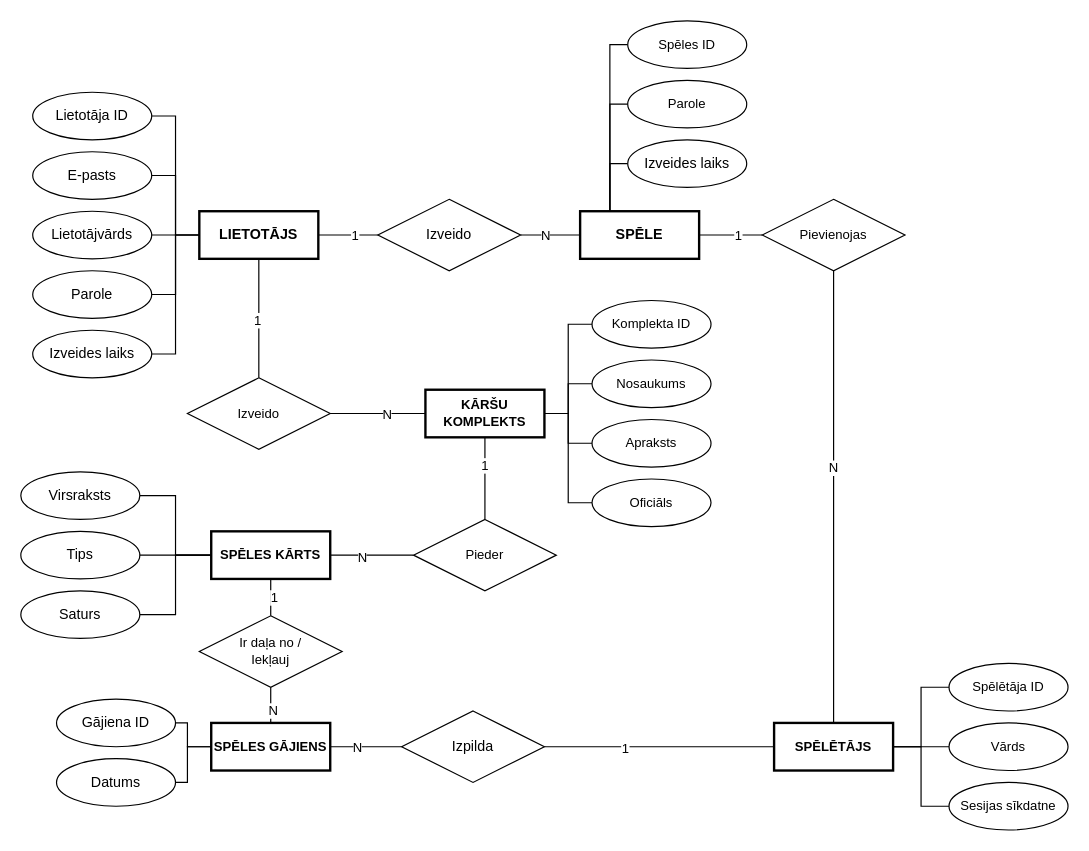
This is dokumentacija/ER.drawio from Edgars-P/RVT-Projekts-CardGame, a draw.io file, before an edit. Source tidied: cells renumbered, new cells numbered last; positions are measured from the earlier drawing's top-left corner, leaving out a move shared by most shapes. Both pictures are drawn from the tidied source at 119%, with x=0, y=0 at pixel (20, 20).
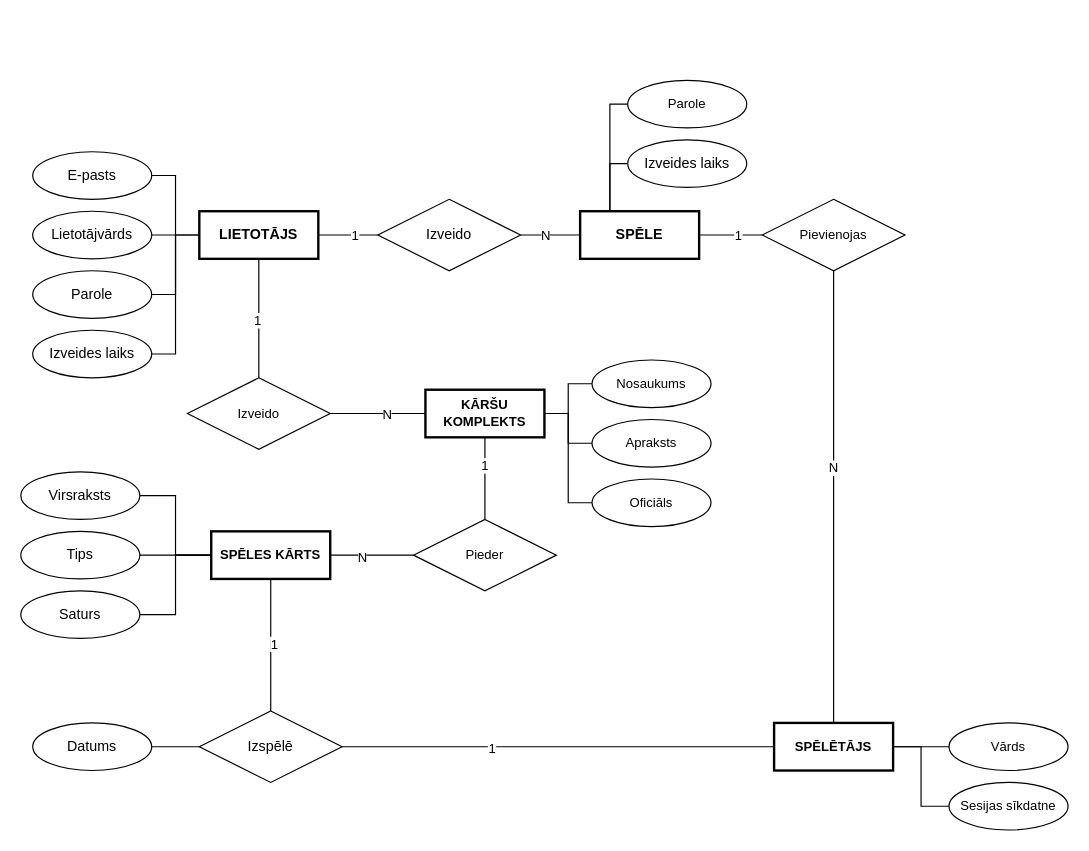
After the change.

The change refers to these unchanged cells:
```xml
<mxCell id="7" value="LIETOTĀJS" style="whiteSpace=wrap;html=1;align=center;fontStyle=1;strokeWidth=2;" parent="1" vertex="1">
  <mxGeometry x="150" y="160" width="100" height="40" as="geometry" />
</mxCell>
<mxCell id="17" value="SPĒLE" style="whiteSpace=wrap;html=1;align=center;fontStyle=1;strokeWidth=2;" parent="1" vertex="1">
  <mxGeometry x="470" y="160" width="100" height="40" as="geometry" />
</mxCell>
<mxCell id="28" value="SPĒLĒTĀJS" style="whiteSpace=wrap;html=1;align=center;fontFamily=Helvetica;fontSize=11;fontColor=default;fontStyle=1;strokeWidth=2;" parent="1" vertex="1">
  <mxGeometry x="633" y="590" width="100" height="40" as="geometry" />
</mxCell>
<mxCell id="37" value="SPĒLES KĀRTS" style="whiteSpace=wrap;html=1;align=center;fontFamily=Helvetica;fontSize=11;fontColor=default;fontStyle=1;strokeWidth=2;" parent="1" vertex="1">
  <mxGeometry x="160" y="429" width="100" height="40" as="geometry" />
</mxCell>
<mxCell id="51" value="KĀRŠU KOMPLEKTS" style="whiteSpace=wrap;html=1;align=center;fontFamily=Helvetica;fontSize=11;fontColor=default;fontStyle=1;strokeWidth=2;" parent="1" vertex="1">
  <mxGeometry x="340" y="310" width="100" height="40" as="geometry" />
</mxCell>
```

Diff of the diagram source:
```diff
@@
-    <mxCell id="4" style="edgeStyle=orthogonalEdgeStyle;shape=connector;rounded=0;jettySize=auto;html=1;entryX=1;entryY=0.5;entryDx=0;entryDy=0;labelBackgroundColor=default;strokeColor=default;align=center;verticalAlign=middle;fontFamily=Helvetica;fontSize=11;fontColor=default;endArrow=none;endFill=0;" parent="1" edge="1" source="7" target="65">
-      <mxGeometry relative="1" as="geometry" />
-    </mxCell>
@@
-    <mxCell id="13" style="edgeStyle=orthogonalEdgeStyle;shape=connector;rounded=0;jettySize=auto;html=1;labelBackgroundColor=default;strokeColor=default;align=center;verticalAlign=middle;fontFamily=Helvetica;fontSize=11;fontColor=default;endArrow=none;endFill=0;exitX=0.25;exitY=0;exitDx=0;exitDy=0;" parent="1" edge="1" source="17" target="55">
-      <mxGeometry relative="1" as="geometry">
-        <Array as="points">
-          <mxPoint x="495" y="20" />
-        </Array>
-      </mxGeometry>
-    </mxCell>
@@
-    <mxCell id="31" style="edgeStyle=orthogonalEdgeStyle;shape=connector;rounded=0;jettySize=auto;html=1;labelBackgroundColor=default;strokeColor=default;align=center;verticalAlign=middle;fontFamily=Helvetica;fontSize=11;fontColor=default;endArrow=none;endFill=0;entryX=1;entryY=0.5;entryDx=0;entryDy=0;" parent="1" edge="1" source="32" target="28">
-      <mxGeometry relative="1" as="geometry" />
-    </mxCell>
-    <mxCell id="32" value="Spēlētāja ID" style="ellipse;whiteSpace=wrap;html=1;align=center;fontFamily=Helvetica;fontSize=11;fontColor=default;" parent="1" vertex="1">
-      <mxGeometry x="780" y="540" width="100" height="40" as="geometry" />
-    </mxCell>
@@
+    <mxCell id="77" style="edgeStyle=orthogonalEdgeStyle;rounded=0;jettySize=auto;html=1;endArrow=none;endFill=0;" parent="1" edge="1" source="38" target="63">
+      <mxGeometry relative="1" as="geometry" />
+    </mxCell>
-    <mxCell id="38" value="Izpilda" style="shape=rhombus;perimeter=rhombusPerimeter;whiteSpace=wrap;html=1;align=center;" parent="1" vertex="1">
-      <mxGeometry x="320" y="580" width="120" height="60" as="geometry" />
+    <mxCell id="38" value="Izspēlē" style="shape=rhombus;perimeter=rhombusPerimeter;whiteSpace=wrap;html=1;align=center;" parent="1" vertex="1">
+      <mxGeometry x="150" y="580" width="120" height="60" as="geometry" />
     </mxCell>
-    <mxCell id="39" style="edgeStyle=orthogonalEdgeStyle;shape=connector;rounded=0;jettySize=auto;html=1;labelBackgroundColor=default;strokeColor=default;align=center;verticalAlign=middle;fontFamily=Helvetica;fontSize=11;fontColor=default;endArrow=none;endFill=0;entryX=1;entryY=0.5;entryDx=0;entryDy=0;" parent="1" edge="1" source="38" target="59">
-      <mxGeometry relative="1" as="geometry" />
-    </mxCell>
-    <mxCell id="40" value="N" style="edgeLabel;html=1;align=center;verticalAlign=middle;fontSize=11;fontFamily=Helvetica;fontColor=default;" parent="39" vertex="1">
-      <mxGeometry x="0.26" relative="1" as="geometry" />
-    </mxCell>
@@
-    <mxCell id="55" value="Spēles ID" style="ellipse;whiteSpace=wrap;html=1;align=center;fontFamily=Helvetica;fontSize=11;fontColor=default;" parent="1" vertex="1">
-      <mxGeometry x="510" width="100" height="40" as="geometry" />
-    </mxCell>
-    <mxCell id="56" style="edgeStyle=none;shape=connector;rounded=0;jettySize=auto;html=1;labelBackgroundColor=default;strokeColor=default;align=center;verticalAlign=middle;fontFamily=Helvetica;fontSize=11;fontColor=default;endArrow=none;endFill=0;" parent="1" edge="1" source="59" target="62">
-      <mxGeometry relative="1" as="geometry" />
-    </mxCell>
-    <mxCell id="57" value="N" style="edgeLabel;html=1;align=center;verticalAlign=middle;fontSize=11;fontFamily=Helvetica;fontColor=default;" parent="56" vertex="1">
-      <mxGeometry x="-0.26" y="-1" relative="1" as="geometry" />
-    </mxCell>
-    <mxCell id="58" style="edgeStyle=orthogonalEdgeStyle;shape=connector;rounded=0;jettySize=auto;html=1;entryX=1;entryY=0.5;entryDx=0;entryDy=0;labelBackgroundColor=default;strokeColor=default;align=center;verticalAlign=middle;fontFamily=Helvetica;fontSize=11;fontColor=default;endArrow=none;endFill=0;" parent="1" edge="1" source="59" target="63">
-      <mxGeometry relative="1" as="geometry" />
-    </mxCell>
-    <mxCell id="59" value="SPĒLES GĀJIENS" style="whiteSpace=wrap;html=1;align=center;fontFamily=Helvetica;fontSize=11;fontColor=default;fontStyle=1;strokeWidth=2;" parent="1" vertex="1">
-      <mxGeometry x="160" y="590" width="100" height="40" as="geometry" />
-    </mxCell>
-    <mxCell id="60" style="edgeStyle=none;shape=connector;rounded=0;jettySize=auto;html=1;labelBackgroundColor=default;strokeColor=default;align=center;verticalAlign=middle;fontFamily=Helvetica;fontSize=11;fontColor=default;endArrow=none;endFill=0;" parent="1" edge="1" source="62" target="37">
+    <mxCell id="60" style="edgeStyle=none;shape=connector;rounded=0;jettySize=auto;html=1;labelBackgroundColor=default;strokeColor=default;align=center;verticalAlign=middle;fontFamily=Helvetica;fontSize=11;fontColor=default;endArrow=none;endFill=0;exitX=0.5;exitY=0;exitDx=0;exitDy=0;" parent="1" edge="1" source="38" target="37">
       <mxGeometry relative="1" as="geometry" />
     </mxCell>
@@
-    <mxCell id="62" value="Ir daļa no /&lt;br&gt;Iekļauj" style="shape=rhombus;perimeter=rhombusPerimeter;whiteSpace=wrap;html=1;align=center;fontFamily=Helvetica;fontSize=11;fontColor=default;" parent="1" vertex="1">
-      <mxGeometry x="150" y="500" width="120" height="60" as="geometry" />
-    </mxCell>
     <mxCell id="63" value="Datums" style="ellipse;whiteSpace=wrap;html=1;align=center;" parent="1" vertex="1">
-      <mxGeometry x="30" y="620" width="100" height="40" as="geometry" />
+      <mxGeometry x="10" y="590" width="100" height="40" as="geometry" />
     </mxCell>
@@
-    <mxCell id="65" value="Lietotāja ID" style="ellipse;whiteSpace=wrap;html=1;align=center;" parent="1" vertex="1">
-      <mxGeometry x="10" y="60" width="100" height="40" as="geometry" />
-    </mxCell>
@@
-    <mxCell id="73" style="edgeStyle=orthogonalEdgeStyle;rounded=0;jettySize=auto;html=1;entryX=0;entryY=0.5;entryDx=0;entryDy=0;endArrow=none;endFill=0;" parent="1" edge="1" source="74" target="59">
-      <mxGeometry relative="1" as="geometry">
-        <Array as="points">
-          <mxPoint x="140" y="590" />
-          <mxPoint x="140" y="610" />
-        </Array>
-      </mxGeometry>
-    </mxCell>
-    <mxCell id="74" value="Gājiena ID" style="ellipse;whiteSpace=wrap;html=1;align=center;" parent="1" vertex="1">
-      <mxGeometry x="30" y="570" width="100" height="40" as="geometry" />
-    </mxCell>
-    <mxCell id="75" style="edgeStyle=orthogonalEdgeStyle;shape=connector;rounded=0;jettySize=auto;html=1;entryX=1;entryY=0.5;entryDx=0;entryDy=0;labelBackgroundColor=default;strokeColor=default;align=center;verticalAlign=middle;fontFamily=Helvetica;fontSize=11;fontColor=default;endArrow=none;endFill=0;" parent="1" edge="1" source="76" target="51">
-      <mxGeometry relative="1" as="geometry" />
-    </mxCell>
-    <mxCell id="76" value="Komplekta ID" style="ellipse;whiteSpace=wrap;html=1;align=center;fontFamily=Helvetica;fontSize=11;fontColor=default;" parent="1" vertex="1">
-      <mxGeometry x="480" y="235" width="100" height="40" as="geometry" />
-    </mxCell>
```
